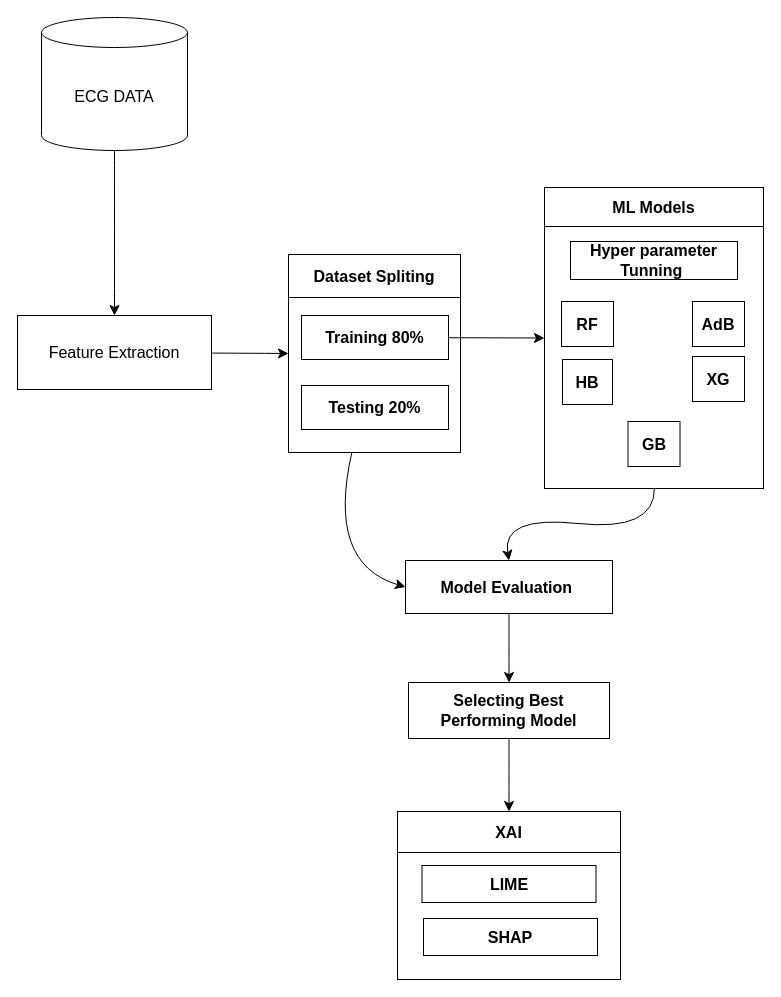
Before: Ecg.drawio in RafsanJany-44/ARC, a draw.io diagram. Source tidied: cells renumbered, new cells numbered last; positions are measured from the earlier drawing's top-left corner, leaving out a move shared by most shapes. Both pictures are drawn from the tidied source at 100%, with x=0, y=0 at pixel (17, 17).
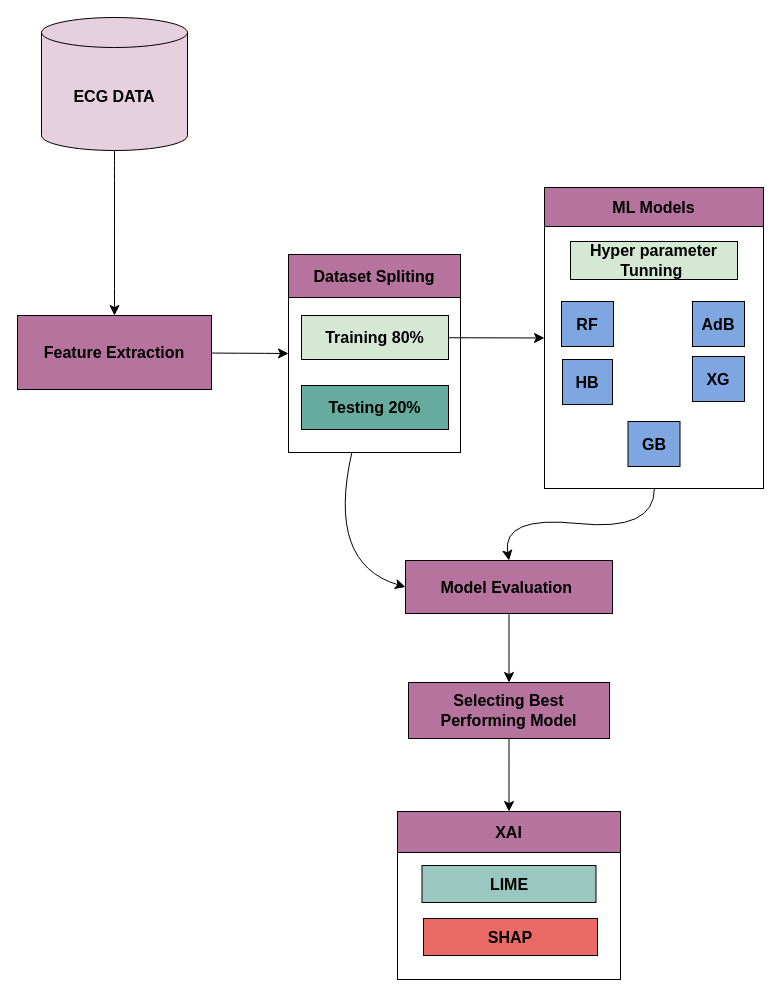
The same diagram, later.

The edit, as a diff of the source:
```diff
@@
-    <mxCell id="4" value="&lt;b&gt;Dataset Spliting&lt;/b&gt;" style="rounded=0;whiteSpace=wrap;html=1;fontSize=16;" parent="1" vertex="1">
+    <mxCell id="4" value="&lt;b&gt;Dataset Spliting&lt;/b&gt;" style="rounded=0;whiteSpace=wrap;html=1;fontSize=16;fillColor=#B5739D;" parent="1" vertex="1">
       <mxGeometry x="271" y="237" width="172" height="43" as="geometry" />
     </mxCell>
@@
-    <mxCell id="6" value="&lt;b&gt;Training 80%&lt;/b&gt;" style="rounded=0;whiteSpace=wrap;html=1;fontSize=16;" parent="1" vertex="1">
+    <mxCell id="6" value="&lt;b&gt;Training 80%&lt;/b&gt;" style="rounded=0;whiteSpace=wrap;html=1;fontSize=16;fillColor=#D5E8D4;" parent="1" vertex="1">
       <mxGeometry x="284" y="298" width="147" height="44" as="geometry" />
     </mxCell>
-    <mxCell id="7" value="&lt;b&gt;Testing 20%&lt;/b&gt;" style="rounded=0;whiteSpace=wrap;html=1;fontSize=16;rotation=0;direction=west;" parent="1" vertex="1">
+    <mxCell id="7" value="&lt;b&gt;Testing 20%&lt;/b&gt;" style="rounded=0;whiteSpace=wrap;html=1;fontSize=16;rotation=0;direction=west;fillColor=#67AB9F;" parent="1" vertex="1">
       <mxGeometry x="284" y="368" width="147" height="44" as="geometry" />
     </mxCell>
@@
-    <mxCell id="10" value="&lt;b&gt;ML Models&lt;/b&gt;" style="rounded=0;whiteSpace=wrap;html=1;fontSize=16;" parent="1" vertex="1">
+    <mxCell id="10" value="&lt;b&gt;ML Models&lt;/b&gt;" style="rounded=0;whiteSpace=wrap;html=1;fontSize=16;fillColor=#B5739D;" parent="1" vertex="1">
       <mxGeometry x="527" y="170" width="219" height="39" as="geometry" />
     </mxCell>
-    <mxCell id="11" value="&lt;b&gt;HB&lt;/b&gt;" style="rounded=0;whiteSpace=wrap;html=1;fontSize=16;" parent="1" vertex="1">
+    <mxCell id="11" value="&lt;b&gt;HB&lt;/b&gt;" style="rounded=0;whiteSpace=wrap;html=1;fontSize=16;fillColor=#7EA6E0;" parent="1" vertex="1">
       <mxGeometry x="545" y="342" width="50" height="45" as="geometry" />
     </mxCell>
-    <mxCell id="12" value="&lt;b&gt;AdB&lt;/b&gt;" style="rounded=0;whiteSpace=wrap;html=1;fontSize=16;" parent="1" vertex="1">
+    <mxCell id="12" value="&lt;b&gt;AdB&lt;/b&gt;" style="rounded=0;whiteSpace=wrap;html=1;fontSize=16;fillColor=#7EA6E0;" parent="1" vertex="1">
       <mxGeometry x="675" y="284" width="52" height="45" as="geometry" />
     </mxCell>
-    <mxCell id="13" value="&lt;b&gt;RF&lt;/b&gt;" style="rounded=0;whiteSpace=wrap;html=1;fontSize=16;" parent="1" vertex="1">
+    <mxCell id="13" value="&lt;b&gt;RF&lt;/b&gt;" style="rounded=0;whiteSpace=wrap;html=1;fontSize=16;fillColor=#7EA6E0;" parent="1" vertex="1">
       <mxGeometry x="544" y="284" width="52" height="45" as="geometry" />
     </mxCell>
-    <mxCell id="14" value="&lt;b&gt;XG&lt;/b&gt;" style="rounded=0;whiteSpace=wrap;html=1;fontSize=16;" parent="1" vertex="1">
+    <mxCell id="14" value="&lt;b&gt;XG&lt;/b&gt;" style="rounded=0;whiteSpace=wrap;html=1;fontSize=16;fillColor=#7EA6E0;" parent="1" vertex="1">
       <mxGeometry x="675" y="339" width="52" height="45" as="geometry" />
     </mxCell>
-    <mxCell id="15" value="&lt;b&gt;GB&lt;/b&gt;" style="rounded=0;whiteSpace=wrap;html=1;fontSize=16;" parent="1" vertex="1">
+    <mxCell id="15" value="&lt;b&gt;GB&lt;/b&gt;" style="rounded=0;whiteSpace=wrap;html=1;fontSize=16;fillColor=#7EA6E0;" parent="1" vertex="1">
       <mxGeometry x="610.5" y="404" width="52" height="45" as="geometry" />
     </mxCell>
-    <mxCell id="16" value="&lt;b&gt;Hyper parameter Tunning&amp;nbsp;&lt;/b&gt;" style="rounded=0;whiteSpace=wrap;html=1;fontSize=16;" parent="1" vertex="1">
+    <mxCell id="16" value="&lt;b&gt;Hyper parameter Tunning&amp;nbsp;&lt;/b&gt;" style="rounded=0;whiteSpace=wrap;html=1;fontSize=16;fillColor=#D5E8D4;" parent="1" vertex="1">
       <mxGeometry x="553" y="224" width="167" height="38" as="geometry" />
     </mxCell>
@@
-    <mxCell id="18" value="&lt;b&gt;Model Evaluation&amp;nbsp;&lt;/b&gt;" style="rounded=0;whiteSpace=wrap;html=1;fontSize=16;" parent="1" vertex="1">
+    <mxCell id="18" value="&lt;b&gt;Model Evaluation&amp;nbsp;&lt;/b&gt;" style="rounded=0;whiteSpace=wrap;html=1;fontSize=16;fillColor=#B5739D;" parent="1" vertex="1">
       <mxGeometry x="388" y="543" width="207" height="53" as="geometry" />
     </mxCell>
@@
-    <mxCell id="20" value="&lt;b&gt;Selecting Best Performing Model&lt;/b&gt;" style="rounded=0;whiteSpace=wrap;html=1;fontSize=16;" parent="1" vertex="1">
+    <mxCell id="20" value="&lt;b&gt;Selecting Best Performing Model&lt;/b&gt;" style="rounded=0;whiteSpace=wrap;html=1;fontSize=16;fillColor=#B5739D;" parent="1" vertex="1">
       <mxGeometry x="391" y="665" width="201" height="56" as="geometry" />
     </mxCell>
@@
-    <mxCell id="22" value="&lt;b&gt;XAI&lt;/b&gt;" style="rounded=0;whiteSpace=wrap;html=1;fontSize=16;" parent="1" vertex="1">
+    <mxCell id="22" value="&lt;b&gt;XAI&lt;/b&gt;" style="rounded=0;whiteSpace=wrap;html=1;fontSize=16;fillColor=#B5739D;" parent="1" vertex="1">
       <mxGeometry x="380" y="794" width="223" height="41" as="geometry" />
     </mxCell>
-    <mxCell id="23" value="&lt;b&gt;LIME&lt;/b&gt;" style="rounded=0;whiteSpace=wrap;html=1;fontSize=16;" parent="1" vertex="1">
+    <mxCell id="23" value="&lt;b&gt;LIME&lt;/b&gt;" style="rounded=0;whiteSpace=wrap;html=1;fontSize=16;fillColor=#9AC7BF;" parent="1" vertex="1">
       <mxGeometry x="404.5" y="848" width="174" height="37" as="geometry" />
     </mxCell>
-    <mxCell id="24" value="&lt;b&gt;SHAP&lt;/b&gt;" style="rounded=0;whiteSpace=wrap;html=1;fontSize=16;" parent="1" vertex="1">
+    <mxCell id="24" value="&lt;b&gt;SHAP&lt;/b&gt;" style="rounded=0;whiteSpace=wrap;html=1;fontSize=16;fillColor=#EA6B66;" parent="1" vertex="1">
       <mxGeometry x="406" y="901" width="174" height="37" as="geometry" />
     </mxCell>
@@
-    <mxCell id="26" value="ECG DATA" style="shape=cylinder3;whiteSpace=wrap;html=1;boundedLbl=1;backgroundOutline=1;size=15;fontSize=16;" parent="1" vertex="1">
+    <mxCell id="26" value="&lt;b&gt;ECG DATA&lt;/b&gt;" style="shape=cylinder3;whiteSpace=wrap;html=1;boundedLbl=1;backgroundOutline=1;size=15;fontSize=16;fillColor=#E6D0DE;" parent="1" vertex="1">
       <mxGeometry x="24" width="146" height="133" as="geometry" />
     </mxCell>
@@
-    <mxCell id="28" value="Feature Extraction" style="rounded=0;whiteSpace=wrap;html=1;fontSize=16;" parent="1" vertex="1">
+    <mxCell id="28" value="&lt;b&gt;Feature Extraction&lt;/b&gt;" style="rounded=0;whiteSpace=wrap;html=1;fontSize=16;fillColor=#B5739D;" parent="1" vertex="1">
       <mxGeometry y="298" width="194" height="74" as="geometry" />
     </mxCell>
```
